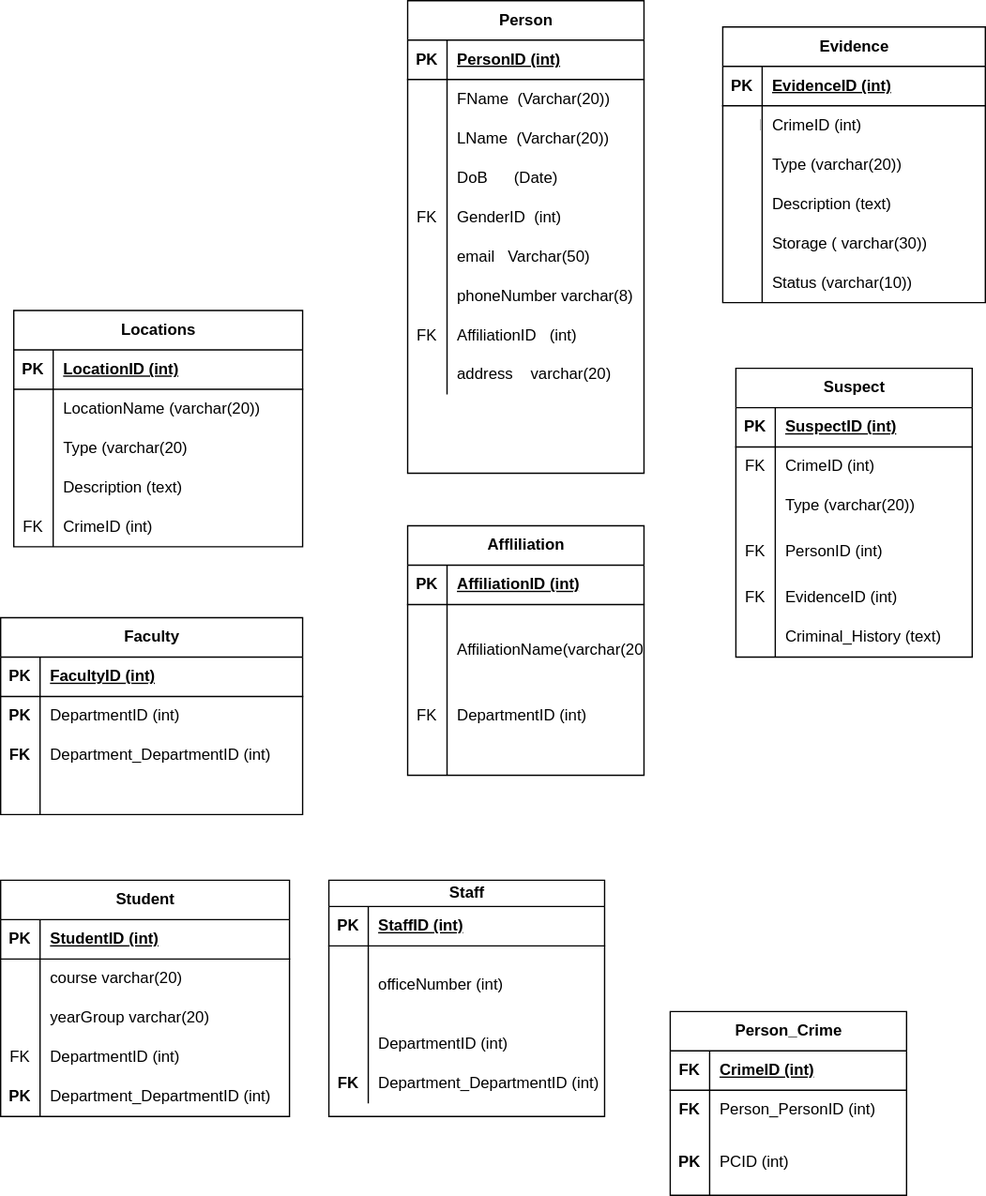
Before: Untitled Diagram.drawio.svg, a diagram exported from draw.io (Priscile2/Diagrams). Source tidied: cells renumbered, new cells last; positions are measured from the earlier drawing's top-left corner, leaving out a move shared by most shapes.
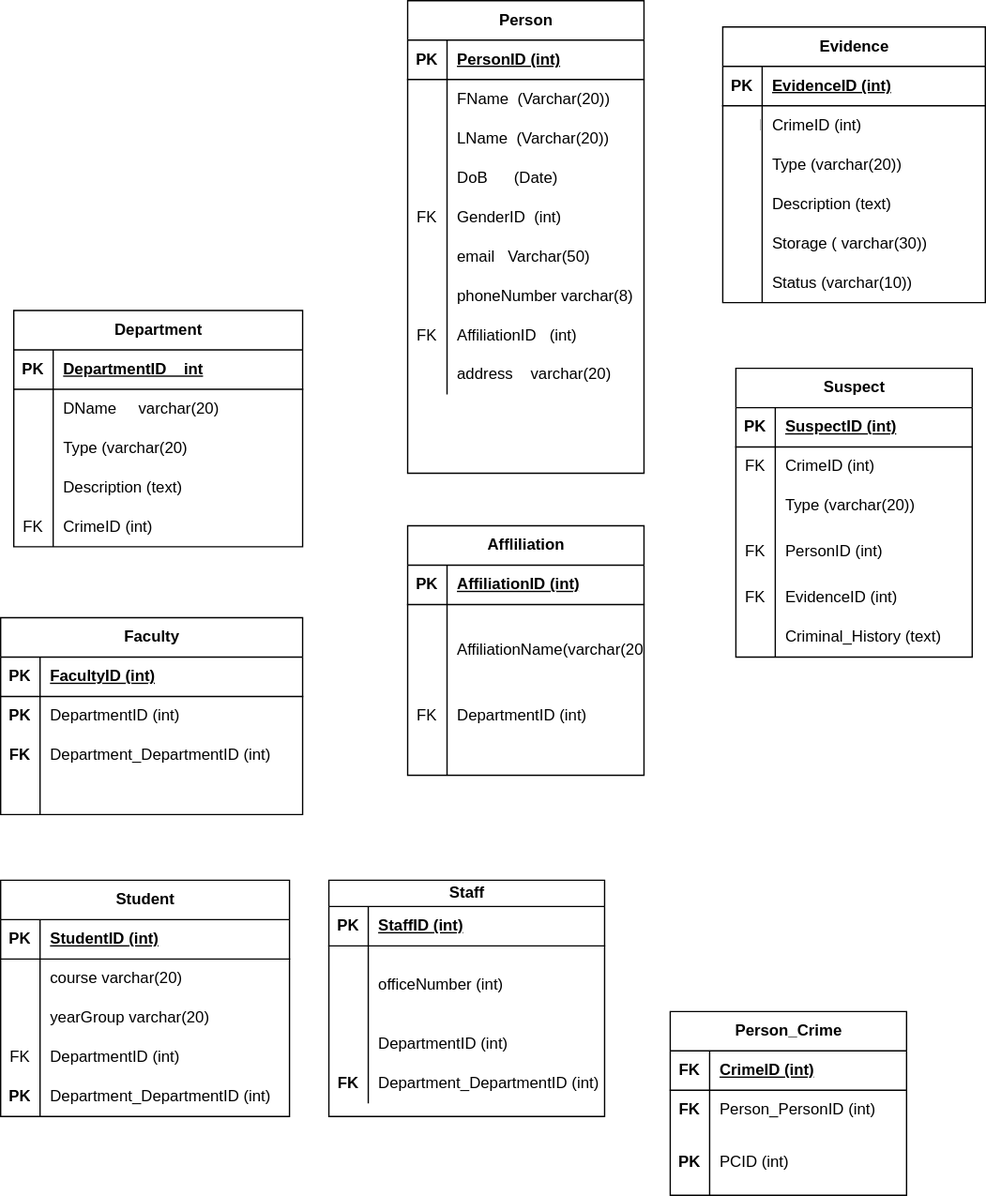
After the commit.

Change to the diagram source:
```diff
@@ -125,7 +125,7 @@
     <mxCell id="42" style="shape=partialRectangle;fillColor=none;top=0;left=0;bottom=0;right=0;align=left;spacingLeft=6;overflow=hidden;whiteSpace=wrap;html=1;" parent="40" vertex="1">
       <mxGeometry x="30" width="150" height="30" as="geometry" />
     </mxCell>
-    <mxCell id="43" value="Locations" style="shape=table;startSize=30;rowLines=0;fontStyle=1;align=center;html=1;" parent="1" vertex="1">
+    <mxCell id="43" value="Department" style="shape=table;startSize=30;rowLines=0;fontStyle=1;align=center;html=1;" parent="1" vertex="1">
       <mxGeometry x="10" y="236" width="220" height="180" as="geometry" />
     </mxCell>
     <mxCell id="44" style="shape=tableRow;horizontal=0;startSize=0;swimlaneHead=0;swimlaneBody=0;fillColor=none;top=0;left=0;right=0;bottom=1;" parent="43" vertex="1">
@@ -134,7 +134,7 @@
     <mxCell id="45" value="PK" style="shape=partialRectangle;fillColor=none;top=0;left=0;bottom=0;right=0;fontStyle=1;overflow=hidden;whiteSpace=wrap;html=1;" parent="44" vertex="1">
       <mxGeometry width="30" height="30" as="geometry" />
     </mxCell>
-    <mxCell id="46" value="LocationID (int)" style="shape=partialRectangle;fillColor=none;top=0;left=0;bottom=0;right=0;align=left;spacingLeft=6;fontStyle=5;overflow=hidden;whiteSpace=wrap;html=1;" parent="44" vertex="1">
+    <mxCell id="46" value="DepartmentID &amp;nbsp; &amp;nbsp;int" style="shape=partialRectangle;fillColor=none;top=0;left=0;bottom=0;right=0;align=left;spacingLeft=6;fontStyle=5;overflow=hidden;whiteSpace=wrap;html=1;" parent="44" vertex="1">
       <mxGeometry x="30" width="190" height="30" as="geometry" />
     </mxCell>
     <mxCell id="47" style="shape=tableRow;horizontal=0;startSize=0;swimlaneHead=0;swimlaneBody=0;fillColor=none;top=0;left=0;right=0;bottom=0;" parent="43" vertex="1">
@@ -143,7 +143,7 @@
     <mxCell id="48" style="shape=partialRectangle;fillColor=none;top=0;left=0;bottom=0;right=0;overflow=hidden;whiteSpace=wrap;html=1;" parent="47" vertex="1">
       <mxGeometry width="30" height="30" as="geometry" />
     </mxCell>
-    <mxCell id="49" value="LocationName (varchar(20))" style="shape=partialRectangle;fillColor=none;top=0;left=0;bottom=0;right=0;align=left;spacingLeft=6;overflow=hidden;whiteSpace=wrap;html=1;" parent="47" vertex="1">
+    <mxCell id="49" value="DName &amp;nbsp; &amp;nbsp; varchar(20)" style="shape=partialRectangle;fillColor=none;top=0;left=0;bottom=0;right=0;align=left;spacingLeft=6;overflow=hidden;whiteSpace=wrap;html=1;" parent="47" vertex="1">
       <mxGeometry x="30" width="190" height="30" as="geometry" />
     </mxCell>
     <mxCell id="50" style="shape=tableRow;horizontal=0;startSize=0;swimlaneHead=0;swimlaneBody=0;fillColor=none;top=0;left=0;right=0;bottom=0;" parent="43" vertex="1">
```
